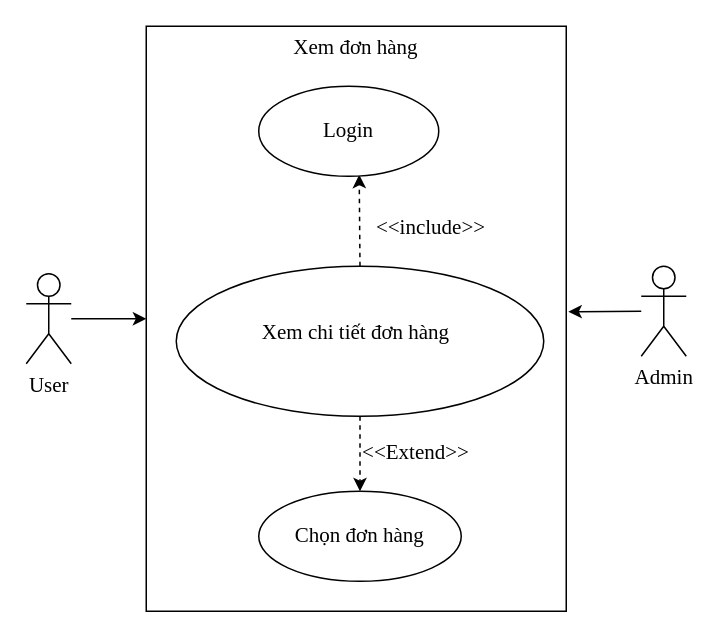
Earlier version of the draw.io diagram page "purchase info" (7 of 15) of usecase.drawio (minhan1410/Commerce). Source tidied: cells renumbered, new cells numbered last; positions are measured from the earlier drawing's top-left corner, leaving out a move shared by most shapes. Both pictures are drawn from the tidied source at 150%, with x=0, y=0 at pixel (26, 26).
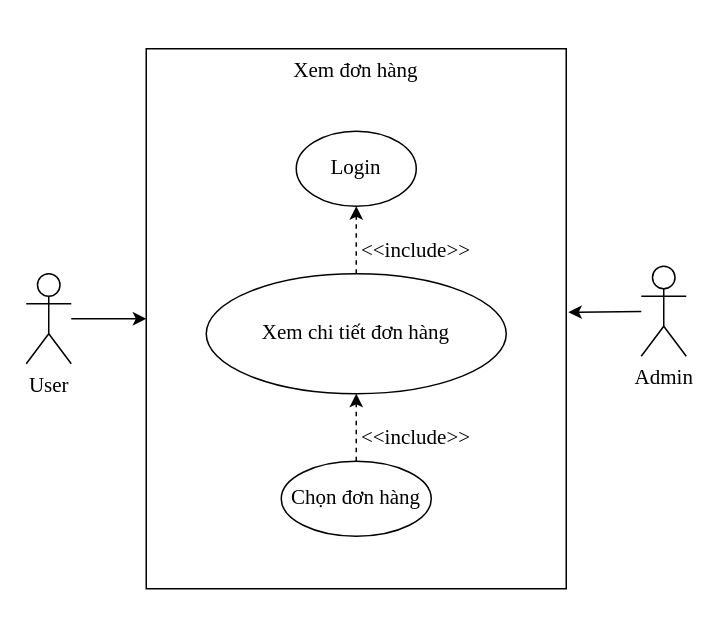
Above is the later version.

The edit, as a diff of the source:
```diff
@@
 <mxGraphModel>
   <root>
     <mxCell id="0" />
     <mxCell id="1" parent="0" />
     <mxCell id="2" style="edgeStyle=none;html=1;entryX=0;entryY=0.5;entryDx=0;entryDy=0;fontFamily=Times New Roman;fontSize=14;" parent="1" edge="1" source="3" target="4">
       <mxGeometry relative="1" as="geometry" />
     </mxCell>
     <mxCell id="3" value="User" style="shape=umlActor;verticalLabelPosition=bottom;verticalAlign=top;html=1;outlineConnect=0;fontFamily=Times New Roman;fontSize=14;" parent="1" vertex="1">
       <mxGeometry y="165" width="30" height="60" as="geometry" />
     </mxCell>
     <mxCell id="4" value="Xem đơn hàng" style="whiteSpace=wrap;html=1;verticalAlign=top;fontFamily=Times New Roman;fontSize=14;" parent="1" vertex="1">
-      <mxGeometry x="80" width="280" height="390" as="geometry" />
+      <mxGeometry x="80" y="15" width="280" height="360" as="geometry" />
     </mxCell>
-    <mxCell id="5" style="edgeStyle=none;html=1;entryX=0.558;entryY=0.983;entryDx=0;entryDy=0;entryPerimeter=0;fontFamily=Times New Roman;fontSize=14;dashed=1;" parent="1" edge="1" source="7" target="9">
-      <mxGeometry relative="1" as="geometry" />
-    </mxCell>
-    <mxCell id="6" style="edgeStyle=none;html=1;exitX=0.5;exitY=1;exitDx=0;exitDy=0;entryX=0.5;entryY=0;entryDx=0;entryDy=0;fontFamily=Times New Roman;fontSize=14;dashed=1;" parent="1" edge="1" source="7" target="13">
-      <mxGeometry relative="1" as="geometry" />
-    </mxCell>
-    <mxCell id="7" style="ellipse;whiteSpace=wrap;html=1;rounded=0;fontFamily=Times New Roman;fontSize=14;fontColor=default;fillColor=none;gradientColor=none;" parent="1" vertex="1">
-      <mxGeometry x="100" y="160" width="245" height="100" as="geometry" />
-    </mxCell>
-    <mxCell id="8" value="Xem chi tiết đơn hàng" style="text;html=1;strokeColor=none;fillColor=none;align=center;verticalAlign=middle;whiteSpace=wrap;rounded=0;fontFamily=Times New Roman;fontSize=14;fontColor=default;" parent="1" vertex="1">
-      <mxGeometry x="135" y="190" width="170" height="30" as="geometry" />
-    </mxCell>
-    <mxCell id="9" style="ellipse;whiteSpace=wrap;html=1;fontFamily=Times New Roman;fontSize=14;" parent="1" vertex="1">
-      <mxGeometry x="155" y="40" width="120" height="60" as="geometry" />
-    </mxCell>
-    <mxCell id="10" value="Login" style="text;html=1;strokeColor=none;fillColor=none;align=center;verticalAlign=middle;whiteSpace=wrap;rounded=0;fontFamily=Times New Roman;fontSize=14;" parent="1" vertex="1">
-      <mxGeometry x="165" y="60" width="100" height="20" as="geometry" />
-    </mxCell>
     <mxCell id="11" value="&amp;lt;&amp;lt;include&amp;gt;&amp;gt;" style="text;html=1;strokeColor=none;fillColor=none;align=center;verticalAlign=middle;whiteSpace=wrap;rounded=0;fontFamily=Times New Roman;fontSize=14;" parent="1" vertex="1">
-      <mxGeometry x="240" y="120" width="60" height="30" as="geometry" />
+      <mxGeometry x="230" y="135" width="60" height="30" as="geometry" />
     </mxCell>
-    <mxCell id="12" value="&amp;lt;&amp;lt;Extend&amp;gt;&amp;gt;" style="text;html=1;strokeColor=none;fillColor=none;align=center;verticalAlign=middle;whiteSpace=wrap;rounded=0;rotation=0;fontFamily=Times New Roman;fontSize=14;" parent="1" vertex="1">
-      <mxGeometry x="230" y="270" width="60" height="30" as="geometry" />
+    <mxCell id="12" value="&amp;lt;&amp;lt;include&amp;gt;&amp;gt;" style="text;html=1;strokeColor=none;fillColor=none;align=center;verticalAlign=middle;whiteSpace=wrap;rounded=0;rotation=0;fontFamily=Times New Roman;fontSize=14;" parent="1" vertex="1">
+      <mxGeometry x="230" y="260" width="60" height="30" as="geometry" />
     </mxCell>
-    <mxCell id="13" value="Chọn đơn hàng" style="ellipse;whiteSpace=wrap;html=1;fontFamily=Times New Roman;fontSize=14;" parent="1" vertex="1">
-      <mxGeometry x="155" y="310" width="135" height="60" as="geometry" />
-    </mxCell>
     <mxCell id="14" style="edgeStyle=none;html=1;entryX=1.005;entryY=0.488;entryDx=0;entryDy=0;entryPerimeter=0;fontFamily=Times New Roman;fontSize=14;" parent="1" edge="1" source="15" target="4">
       <mxGeometry relative="1" as="geometry" />
     </mxCell>
     <mxCell id="15" value="Admin" style="shape=umlActor;verticalLabelPosition=bottom;verticalAlign=top;html=1;outlineConnect=0;fontFamily=Times New Roman;fontSize=14;" parent="1" vertex="1">
       <mxGeometry x="410" y="160" width="30" height="60" as="geometry" />
     </mxCell>
+    <mxCell id="16" style="edgeStyle=none;html=1;entryX=0.5;entryY=1;entryDx=0;entryDy=0;dashed=1;fontFamily=Times New Roman;fontSize=14;" parent="1" edge="1" source="8" target="10">
+      <mxGeometry relative="1" as="geometry" />
+    </mxCell>
+    <mxCell id="8" value="&lt;font style=&quot;font-size: 14px;&quot; face=&quot;Times New Roman&quot;&gt;Xem chi tiết đơn hàng&lt;/font&gt;" style="ellipse;whiteSpace=wrap;html=1;" parent="1" vertex="1">
+      <mxGeometry x="120" y="165" width="200" height="80" as="geometry" />
+    </mxCell>
+    <mxCell id="10" value="Login" style="ellipse;whiteSpace=wrap;html=1;fontFamily=Times New Roman;fontSize=14;" parent="1" vertex="1">
+      <mxGeometry x="180" y="70" width="80" height="50" as="geometry" />
+    </mxCell>
+    <mxCell id="17" style="edgeStyle=none;html=1;entryX=0.5;entryY=1;entryDx=0;entryDy=0;dashed=1;fontFamily=Times New Roman;fontSize=14;" parent="1" edge="1" source="13" target="8">
+      <mxGeometry relative="1" as="geometry" />
+    </mxCell>
+    <mxCell id="13" value="Chọn đơn hàng" style="ellipse;whiteSpace=wrap;html=1;fontFamily=Times New Roman;fontSize=14;" parent="1" vertex="1">
+      <mxGeometry x="170" y="290" width="100" height="50" as="geometry" />
+    </mxCell>
   </root>
 </mxGraphModel>
```
